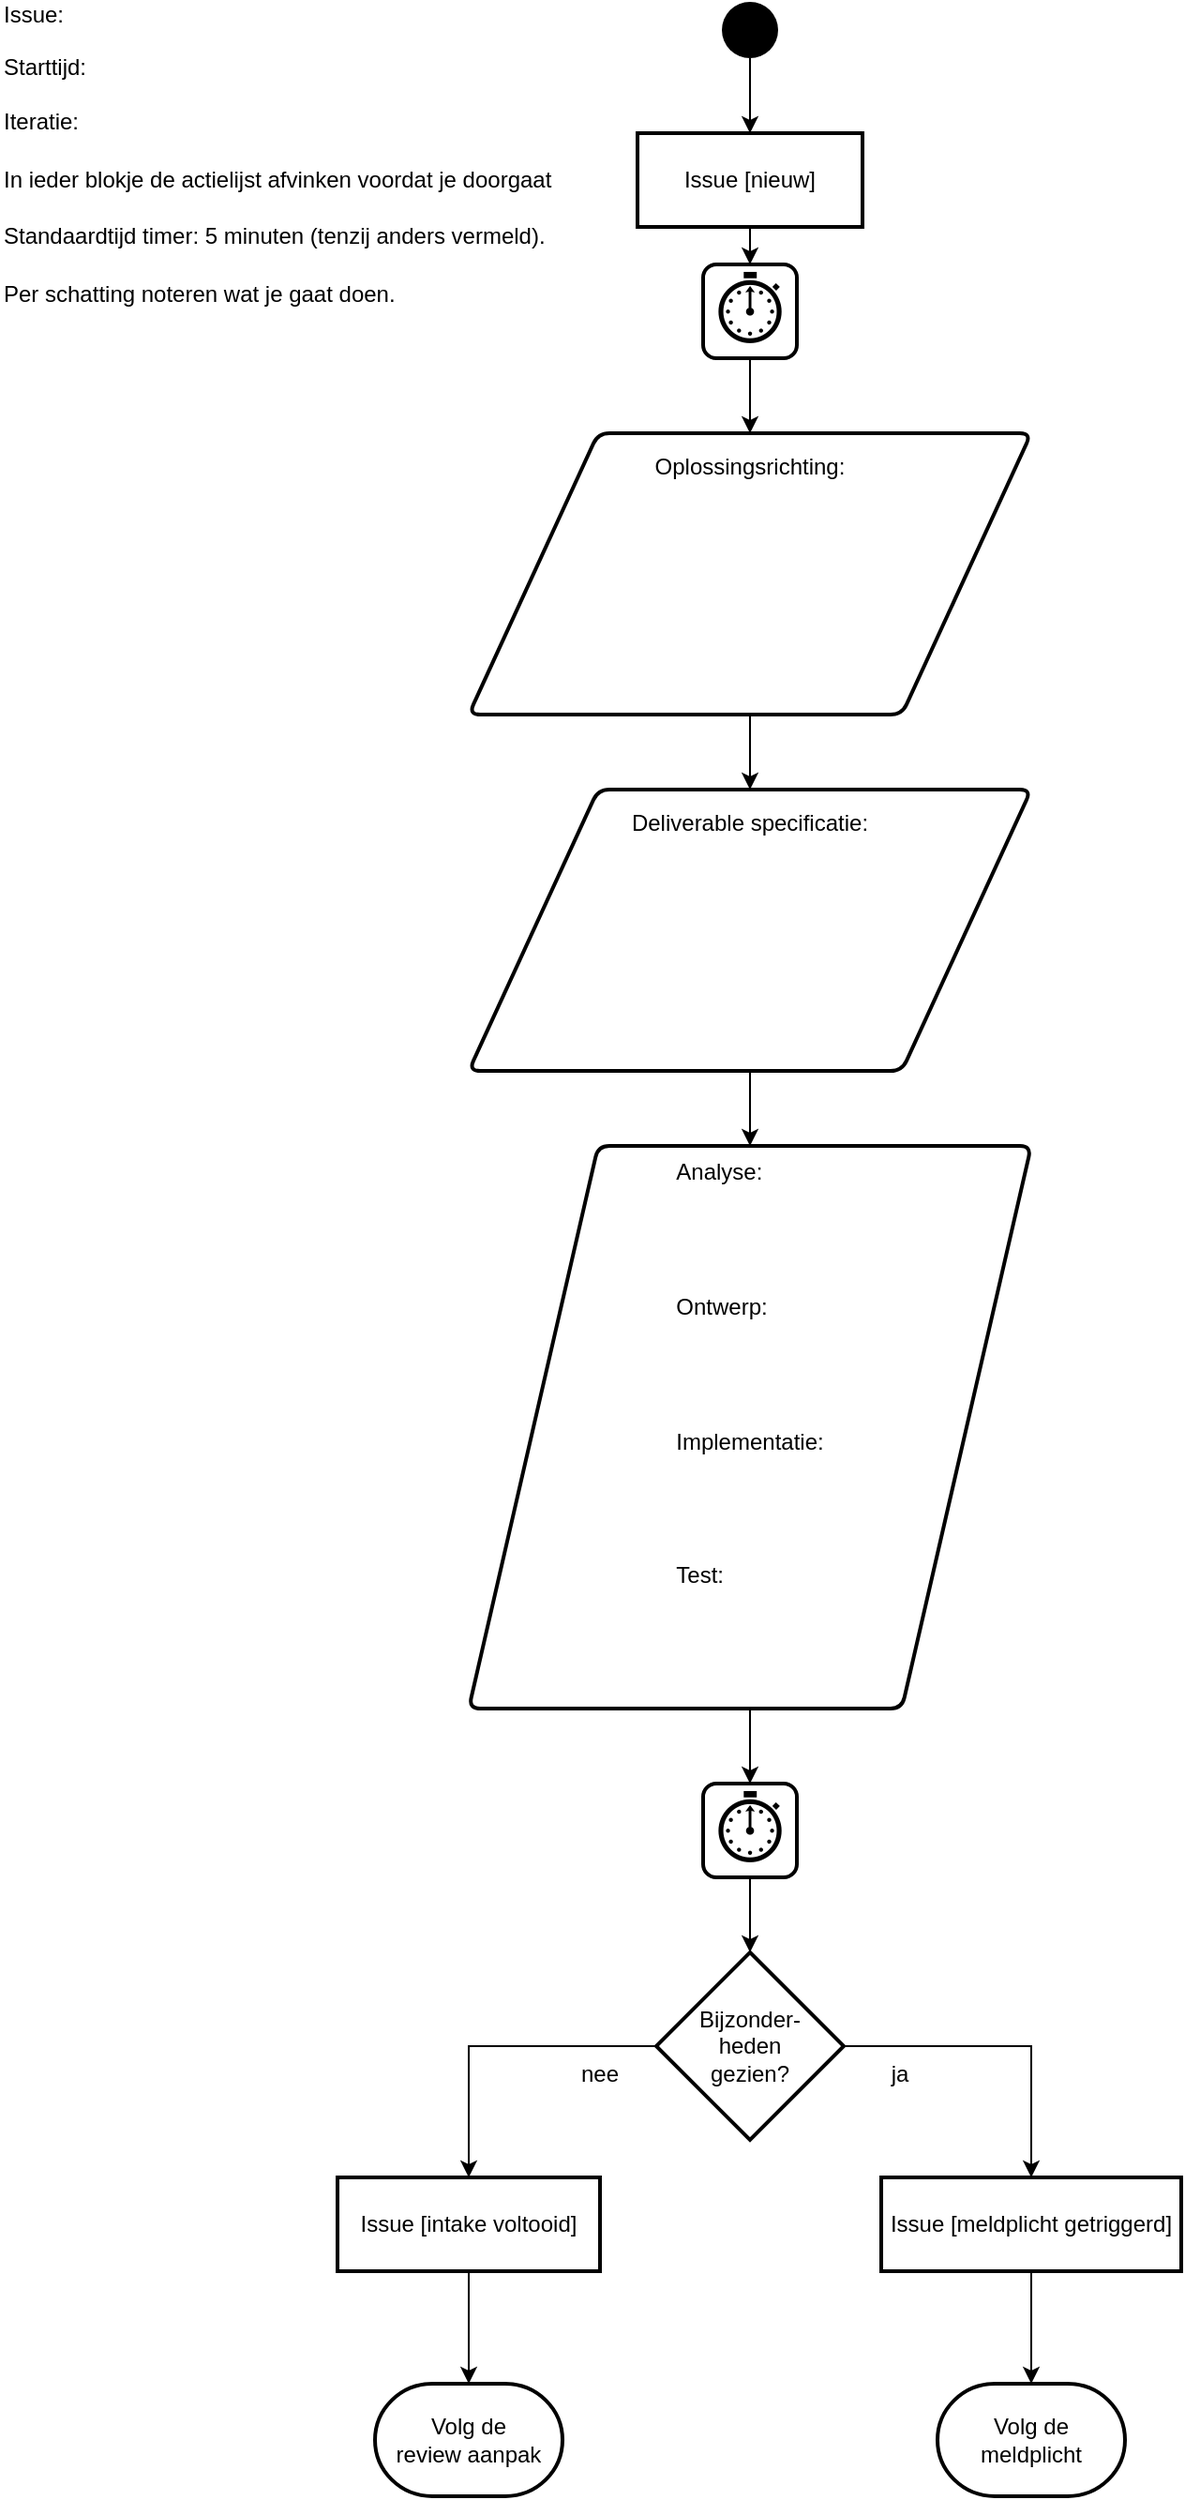
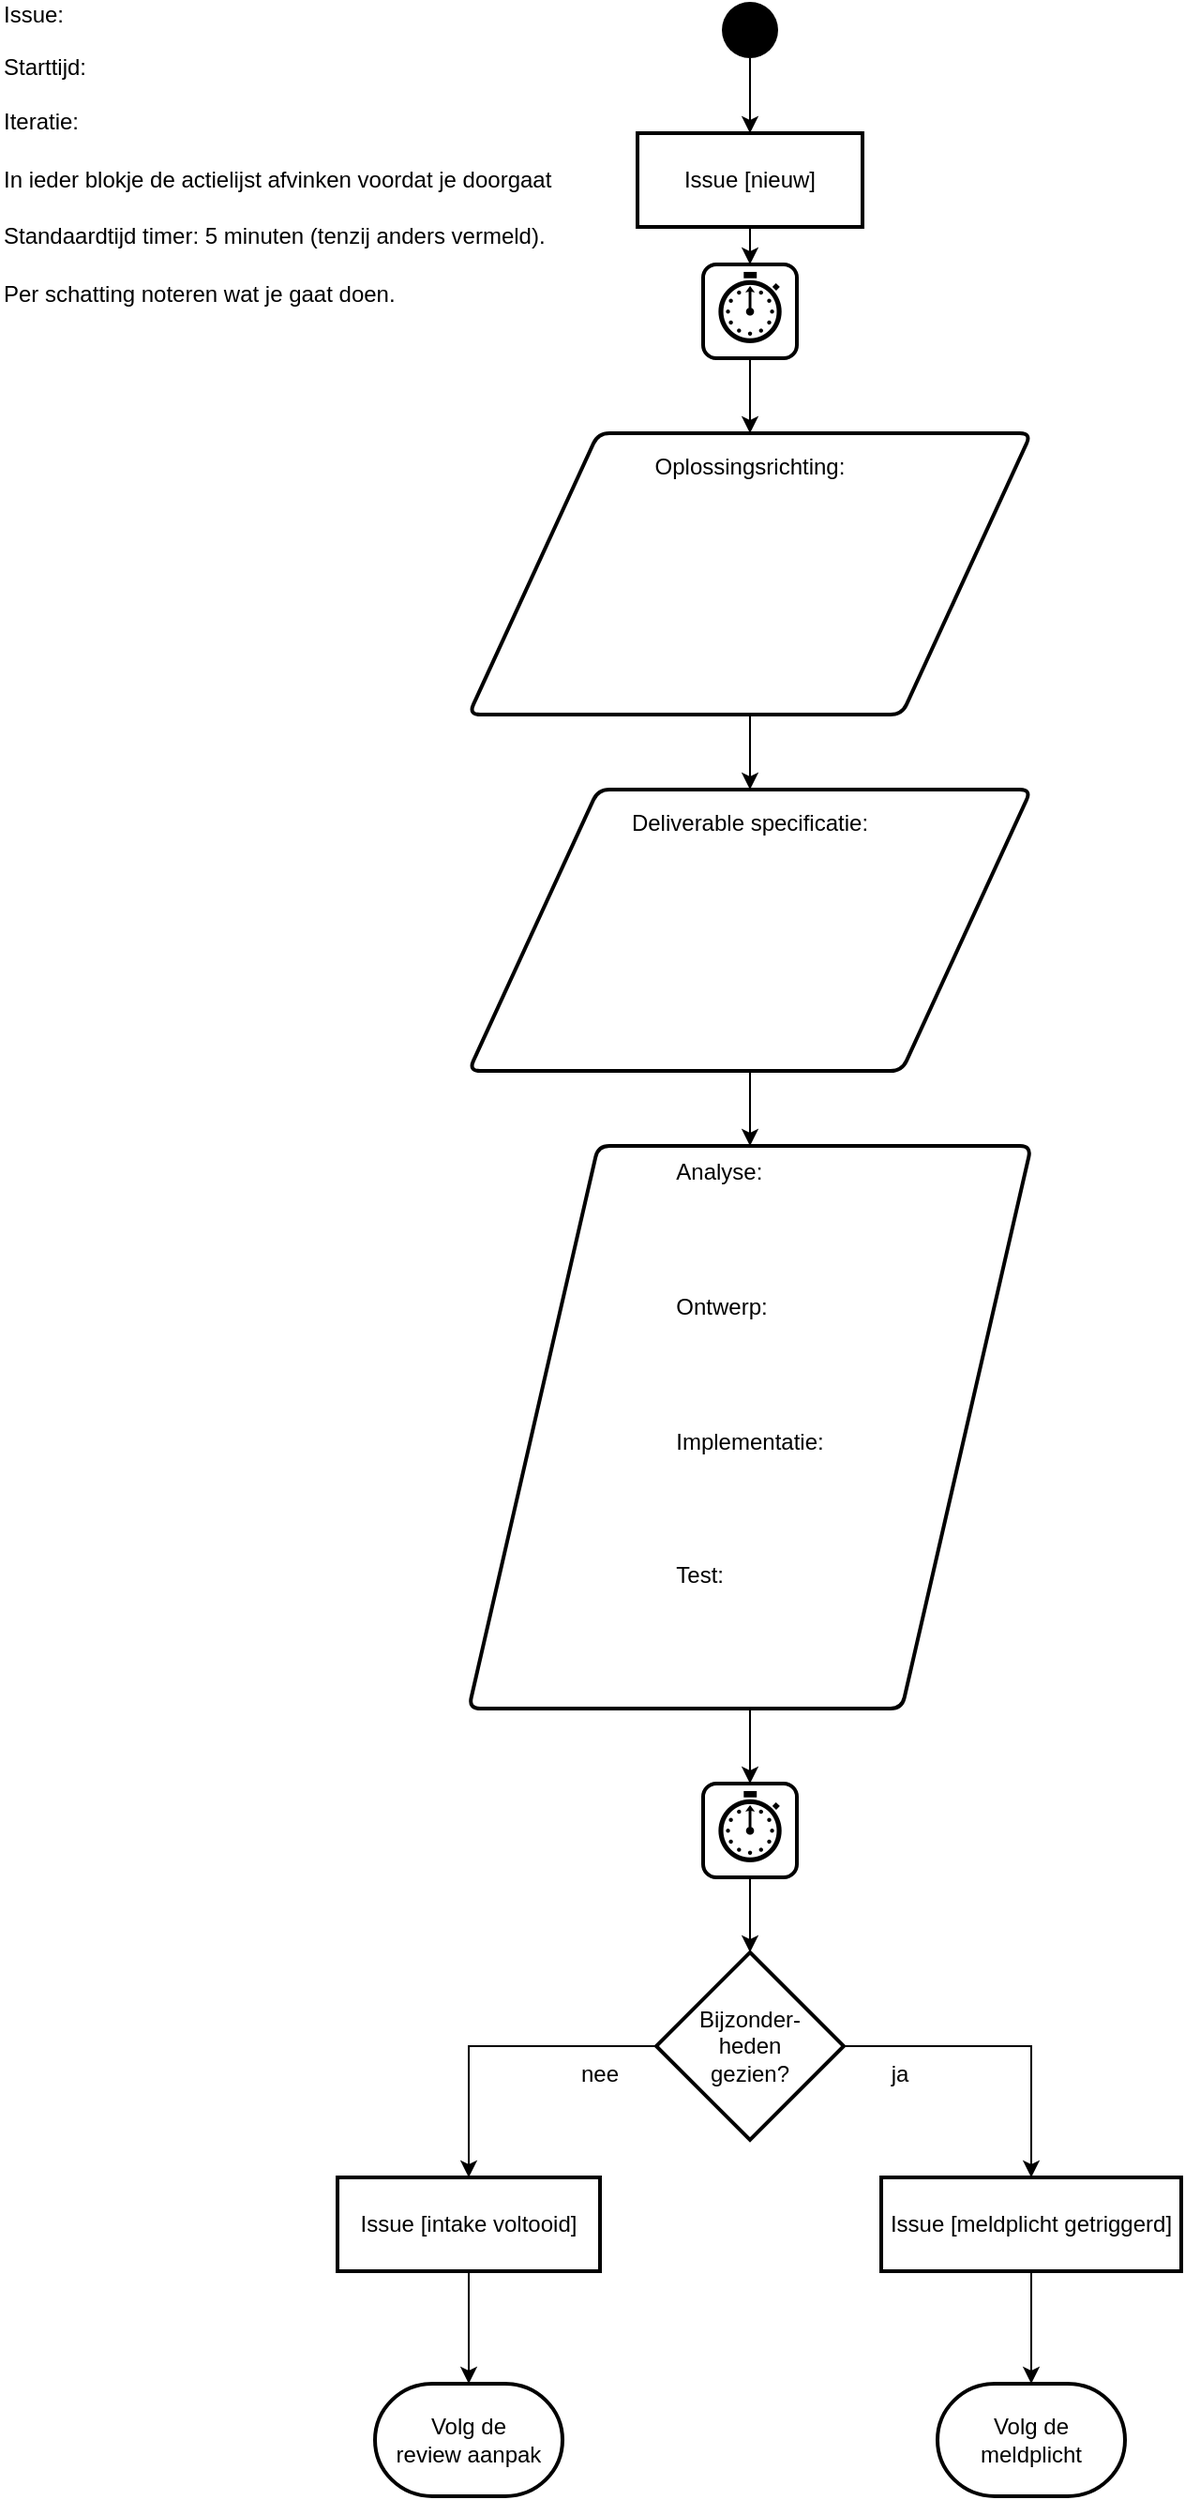
<mxfile host="Electron" agent="Mozilla/5.0 (Windows NT 10.0; Win64; x64) AppleWebKit/537.36 (KHTML, like Gecko) Chrome/143.0.0.0 Safari/537.36">
  <diagram name="Page-1" id="_NZFfUYCCha4VbYokAiz">
    <mxGraphModel dx="842" dy="576" grid="1" gridSize="10" guides="1" tooltips="1" connect="1" arrows="1" fold="1" page="1" pageScale="1" pageWidth="827" pageHeight="1169" math="0" shadow="0">
      <root>
        <mxCell id="0" />
        <mxCell id="1" parent="0" />
        <mxCell id="P_f_nOgWtSUi1s_T79Jf-1" edge="1" parent="1" source="P_f_nOgWtSUi1s_T79Jf-2" style="edgeStyle=orthogonalEdgeStyle;rounded=0;orthogonalLoop=1;jettySize=auto;html=1;" target="P_f_nOgWtSUi1s_T79Jf-4" value="">
          <mxGeometry relative="1" as="geometry" />
        </mxCell>
        <mxCell id="initialNode_intake" parent="1" style="ellipse;html=1;fillColor=#000000;strokeColor=none;" vertex="1">
          <mxGeometry height="30" width="30" x="395" y="10" as="geometry" />
        </mxCell>
        <mxCell id="edge_initial_to_status" edge="1" parent="1" source="initialNode_intake" style="edgeStyle=orthogonalEdgeStyle;rounded=0;orthogonalLoop=1;jettySize=auto;html=1;" target="P_f_nOgWtSUi1s_T79Jf-2" value="">
          <mxGeometry relative="1" as="geometry" />
        </mxCell>
        <object label="Issue [nieuw]" Action="101" id="P_f_nOgWtSUi1s_T79Jf-2">
          <mxCell parent="1" style="rounded=0;whiteSpace=wrap;html=1;strokeWidth=2;" vertex="1">
            <mxGeometry height="50" width="120" x="350" y="80" as="geometry" />
          </mxCell>
        </object>
        <mxCell id="P_f_nOgWtSUi1s_T79Jf-3" edge="1" parent="1" source="P_f_nOgWtSUi1s_T79Jf-4" style="edgeStyle=orthogonalEdgeStyle;rounded=0;orthogonalLoop=1;jettySize=auto;html=1;" target="P_f_nOgWtSUi1s_T79Jf-14" value="">
          <mxGeometry relative="1" as="geometry" />
        </mxCell>
        <object label="&lt;font style=&quot;font-size: 36px;&quot;&gt;⏱️&lt;/font&gt;" Action="102" id="P_f_nOgWtSUi1s_T79Jf-4">
          <mxCell parent="1" style="rounded=1;whiteSpace=wrap;html=1;absoluteArcSize=1;arcSize=14;strokeWidth=2;" vertex="1">
            <mxGeometry height="50" width="50" x="385" y="150" as="geometry" />
          </mxCell>
        </object>
        <object label="Volg de&lt;br&gt;review aanpak" Action="107F" id="P_f_nOgWtSUi1s_T79Jf-5">
          <mxCell parent="1" style="strokeWidth=2;html=1;shape=mxgraph.flowchart.terminator;whiteSpace=wrap;" vertex="1">
            <mxGeometry height="60" width="100" x="210" y="1280" as="geometry" />
          </mxCell>
        </object>
        <mxCell id="P_f_nOgWtSUi1s_T79Jf-6" parent="1" style="text;html=1;align=left;verticalAlign=middle;whiteSpace=wrap;rounded=0;" value="Issue:&amp;nbsp; &amp;nbsp;&lt;br&gt;&lt;br&gt;Starttijd:&lt;br&gt;&lt;br&gt;Iteratie:&amp;nbsp;" vertex="1">
          <mxGeometry height="30" width="60" x="10" y="30" as="geometry" />
        </mxCell>
        <mxCell id="P_f_nOgWtSUi1s_T79Jf-7" edge="1" parent="1" source="P_f_nOgWtSUi1s_T79Jf-8" style="edgeStyle=orthogonalEdgeStyle;rounded=0;orthogonalLoop=1;jettySize=auto;html=1;" target="P_f_nOgWtSUi1s_T79Jf-19" value="">
          <mxGeometry relative="1" as="geometry" />
        </mxCell>
        <object label="&lt;font style=&quot;font-size: 36px;&quot;&gt;⏱️&lt;/font&gt;" Action="106" id="P_f_nOgWtSUi1s_T79Jf-8">
          <mxCell parent="1" style="rounded=1;whiteSpace=wrap;html=1;absoluteArcSize=1;arcSize=14;strokeWidth=2;" vertex="1">
            <mxGeometry height="50" width="50" x="385" y="960" as="geometry" />
          </mxCell>
        </object>
        <mxCell id="P_f_nOgWtSUi1s_T79Jf-9" edge="1" parent="1" source="P_f_nOgWtSUi1s_T79Jf-10" style="edgeStyle=orthogonalEdgeStyle;rounded=0;orthogonalLoop=1;jettySize=auto;html=1;exitX=0.5;exitY=1;exitDx=0;exitDy=0;entryX=0.5;entryY=0;entryDx=0;entryDy=0;" target="P_f_nOgWtSUi1s_T79Jf-8">
          <mxGeometry relative="1" as="geometry" />
        </mxCell>
-         <object label="&lt;div style=&quot;text-align: left;&quot;&gt;&lt;span style=&quot;background-color: transparent; color: light-dark(rgb(0, 0, 0), rgb(255, 255, 255));&quot;&gt;Analyse:&lt;/span&gt;&lt;/div&gt;&lt;font&gt;&lt;div style=&quot;text-align: left;&quot;&gt;&lt;span style=&quot;background-color: transparent; color: light-dark(rgb(0, 0, 0), rgb(255, 255, 255));&quot;&gt;&lt;br&gt;&lt;br&gt;&lt;br&gt;&lt;br&gt;&lt;/span&gt;&lt;/div&gt;&lt;div style=&quot;text-align: left;&quot;&gt;&lt;span style=&quot;background-color: transparent; color: light-dark(rgb(0, 0, 0), rgb(255, 255, 255));&quot;&gt;Ontwerp:&lt;br&gt;&lt;br&gt;&lt;br&gt;&lt;br&gt;&lt;br&gt;&lt;/span&gt;&lt;/div&gt;&lt;div style=&quot;text-align: left;&quot;&gt;&lt;span style=&quot;background-color: transparent; color: light-dark(rgb(0, 0, 0), rgb(255, 255, 255));&quot;&gt;Implementatie:&lt;br&gt;&lt;br&gt;&lt;br&gt;&lt;br&gt;&lt;br&gt;&lt;/span&gt;&lt;/div&gt;&lt;div style=&quot;text-align: left;&quot;&gt;&lt;span style=&quot;background-color: transparent; color: light-dark(rgb(0, 0, 0), rgb(255, 255, 255));&quot;&gt;Test:&lt;br&gt;&lt;br&gt;&lt;br&gt;&lt;br&gt;&lt;br&gt;&lt;/span&gt;&lt;/div&gt;&lt;/font&gt;" Action="105" id="P_f_nOgWtSUi1s_T79Jf-10">
+         <object label="&lt;div style=&quot;text-align: left;&quot;&gt;Analyse:&lt;/div&gt;&lt;font&gt;&lt;div style=&quot;text-align: left;&quot;&gt;&lt;br&gt;&lt;br&gt;&lt;br&gt;&lt;br&gt;&lt;/div&gt;&lt;div style=&quot;text-align: left;&quot;&gt;Ontwerp:&lt;br&gt;&lt;br&gt;&lt;br&gt;&lt;br&gt;&lt;br&gt;&lt;/div&gt;&lt;div style=&quot;text-align: left;&quot;&gt;Implementatie:&lt;br&gt;&lt;br&gt;&lt;br&gt;&lt;br&gt;&lt;br&gt;&lt;/div&gt;&lt;div style=&quot;text-align: left;&quot;&gt;Test:&lt;br&gt;&lt;br&gt;&lt;br&gt;&lt;br&gt;&lt;br&gt;&lt;/div&gt;&lt;/font&gt;" Action="105" id="P_f_nOgWtSUi1s_T79Jf-10">
          <mxCell parent="1" style="shape=parallelogram;html=1;strokeWidth=2;perimeter=parallelogramPerimeter;whiteSpace=wrap;rounded=1;arcSize=12;size=0.23;" vertex="1">
            <mxGeometry height="300" width="300" x="260" y="620" as="geometry" />
          </mxCell>
        </object>
        <mxCell id="P_f_nOgWtSUi1s_T79Jf-11" edge="1" parent="1" source="P_f_nOgWtSUi1s_T79Jf-12" style="edgeStyle=orthogonalEdgeStyle;rounded=0;orthogonalLoop=1;jettySize=auto;html=1;" target="P_f_nOgWtSUi1s_T79Jf-10" value="">
          <mxGeometry relative="1" as="geometry" />
        </mxCell>
        <object label="Deliverable specificatie:&lt;div&gt;&lt;br&gt;&lt;/div&gt;&lt;div&gt;&lt;br&gt;&lt;/div&gt;&lt;div&gt;&lt;br&gt;&lt;/div&gt;&lt;div&gt;&lt;br&gt;&lt;/div&gt;&lt;div&gt;&lt;br&gt;&lt;/div&gt;&lt;div&gt;&lt;br&gt;&lt;/div&gt;&lt;div&gt;&lt;br&gt;&lt;/div&gt;&lt;div&gt;&lt;br&gt;&lt;/div&gt;" Action="104" id="P_f_nOgWtSUi1s_T79Jf-12">
          <mxCell parent="1" style="shape=parallelogram;html=1;strokeWidth=2;perimeter=parallelogramPerimeter;whiteSpace=wrap;rounded=1;arcSize=12;size=0.23;" vertex="1">
            <mxGeometry height="150" width="300" x="260" y="430" as="geometry" />
          </mxCell>
        </object>
        <mxCell id="P_f_nOgWtSUi1s_T79Jf-13" edge="1" parent="1" source="P_f_nOgWtSUi1s_T79Jf-14" style="edgeStyle=orthogonalEdgeStyle;rounded=0;orthogonalLoop=1;jettySize=auto;html=1;" target="P_f_nOgWtSUi1s_T79Jf-12" value="">
          <mxGeometry relative="1" as="geometry" />
        </mxCell>
        <object label="Oplossingsrichting:&lt;div&gt;&lt;br&gt;&lt;/div&gt;&lt;div&gt;&lt;br&gt;&lt;/div&gt;&lt;div&gt;&lt;br&gt;&lt;/div&gt;&lt;div&gt;&lt;br&gt;&lt;/div&gt;&lt;div&gt;&lt;br&gt;&lt;/div&gt;&lt;div&gt;&lt;br&gt;&lt;/div&gt;&lt;div&gt;&lt;br&gt;&lt;/div&gt;&lt;div&gt;&lt;br&gt;&lt;/div&gt;" Action="103" id="P_f_nOgWtSUi1s_T79Jf-14">
          <mxCell parent="1" style="shape=parallelogram;html=1;strokeWidth=2;perimeter=parallelogramPerimeter;whiteSpace=wrap;rounded=1;arcSize=12;size=0.23;" vertex="1">
            <mxGeometry height="150" width="300" x="260" y="240" as="geometry" />
          </mxCell>
        </object>
        <mxCell id="P_f_nOgWtSUi1s_T79Jf-15" parent="1" style="text;html=1;whiteSpace=wrap;strokeColor=none;fillColor=none;align=left;verticalAlign=middle;rounded=0;" value="In ieder blokje de actielijst afvinken voordat je doorgaat" vertex="1">
          <mxGeometry height="30" width="300" x="10" y="90" as="geometry" />
        </mxCell>
        <mxCell id="P_f_nOgWtSUi1s_T79Jf-16" parent="1" style="text;html=1;whiteSpace=wrap;strokeColor=none;fillColor=none;align=left;verticalAlign=middle;rounded=0;" value="Standaardtijd timer: 5 minuten (tenzij anders vermeld)." vertex="1">
          <mxGeometry height="30" width="300" x="10" y="120" as="geometry" />
        </mxCell>
        <mxCell id="P_f_nOgWtSUi1s_T79Jf-17" parent="1" style="text;html=1;whiteSpace=wrap;strokeColor=none;fillColor=none;align=left;verticalAlign=middle;rounded=0;fontColor=#000000;" value="&lt;div style=&quot;line-height: 20px; white-space: pre;&quot;&gt;&lt;font face=&quot;Helvetica&quot; style=&quot;color: rgb(0, 0, 0);&quot;&gt;Per schatting noteren wat je gaat doen.&lt;/font&gt;&lt;/div&gt;" vertex="1">
          <mxGeometry height="30" width="300" x="10" y="150" as="geometry" />
        </mxCell>
        <mxCell id="P_f_nOgWtSUi1s_T79Jf-18" edge="1" parent="1" source="P_f_nOgWtSUi1s_T79Jf-19" style="edgeStyle=orthogonalEdgeStyle;rounded=0;orthogonalLoop=1;jettySize=auto;html=1;" target="object_meldplicht_getriggerd" value="">
          <mxGeometry relative="1" as="geometry" />
        </mxCell>
        <object label="Bijzonder-&lt;br&gt;heden&lt;br&gt;gezien?" Action="107" id="P_f_nOgWtSUi1s_T79Jf-19">
          <mxCell parent="1" style="strokeWidth=2;html=1;shape=mxgraph.flowchart.decision;whiteSpace=wrap;" vertex="1">
            <mxGeometry height="100" width="100" x="360" y="1050" as="geometry" />
          </mxCell>
        </object>
        <object label="Volg de&lt;br&gt;meldplicht" Action="107T" id="P_f_nOgWtSUi1s_T79Jf-20">
          <mxCell parent="1" style="strokeWidth=2;html=1;shape=mxgraph.flowchart.terminator;whiteSpace=wrap;" vertex="1">
            <mxGeometry height="60" width="100" x="510" y="1280" as="geometry" />
          </mxCell>
        </object>
        <mxCell id="P_f_nOgWtSUi1s_T79Jf-21" edge="1" parent="1" source="P_f_nOgWtSUi1s_T79Jf-19" style="edgeStyle=orthogonalEdgeStyle;rounded=0;orthogonalLoop=1;jettySize=auto;html=1;exitX=0;exitY=0.5;exitDx=0;exitDy=0;exitPerimeter=0;entryX=0.5;entryY=0;entryDx=0;entryDy=0;" target="object_intake_voltooid">
          <mxGeometry relative="1" as="geometry" />
        </mxCell>
-         <object label="Issue [intake v&lt;span style=&quot;background-color: transparent; color: light-dark(rgb(0, 0, 0), rgb(255, 255, 255));&quot;&gt;oltooid]&lt;/span&gt;" id="object_intake_voltooid">
+         <object label="Issue [intake voltooid]" id="object_intake_voltooid">
          <mxCell parent="1" style="rounded=0;whiteSpace=wrap;html=1;strokeWidth=2;" vertex="1">
            <mxGeometry height="50" width="140" x="190" y="1170" as="geometry" />
          </mxCell>
        </object>
        <mxCell id="edge_voltooid_to_terminator" edge="1" parent="1" source="object_intake_voltooid" style="edgeStyle=orthogonalEdgeStyle;rounded=0;orthogonalLoop=1;jettySize=auto;html=1;" target="P_f_nOgWtSUi1s_T79Jf-5" value="">
          <mxGeometry relative="1" as="geometry" />
        </mxCell>
        <object label="Issue [meldplicht getriggerd]" id="object_meldplicht_getriggerd">
          <mxCell parent="1" style="rounded=0;whiteSpace=wrap;html=1;strokeWidth=2;" vertex="1">
            <mxGeometry height="50" width="160" x="480" y="1170" as="geometry" />
          </mxCell>
        </object>
        <mxCell id="edge_meldplicht_to_terminator" edge="1" parent="1" source="object_meldplicht_getriggerd" style="edgeStyle=orthogonalEdgeStyle;rounded=0;orthogonalLoop=1;jettySize=auto;html=1;" target="P_f_nOgWtSUi1s_T79Jf-20" value="">
          <mxGeometry relative="1" as="geometry" />
        </mxCell>
        <mxCell id="P_f_nOgWtSUi1s_T79Jf-22" parent="1" style="text;html=1;whiteSpace=wrap;strokeColor=none;fillColor=none;align=center;verticalAlign=middle;rounded=0;" value="nee" vertex="1">
          <mxGeometry height="30" width="60" x="300" y="1100" as="geometry" />
        </mxCell>
        <mxCell id="P_f_nOgWtSUi1s_T79Jf-23" parent="1" style="text;html=1;whiteSpace=wrap;strokeColor=none;fillColor=none;align=center;verticalAlign=middle;rounded=0;" value="ja" vertex="1">
          <mxGeometry height="30" width="60" x="460" y="1100" as="geometry" />
        </mxCell>
      </root>
    </mxGraphModel>
  </diagram>
</mxfile>
